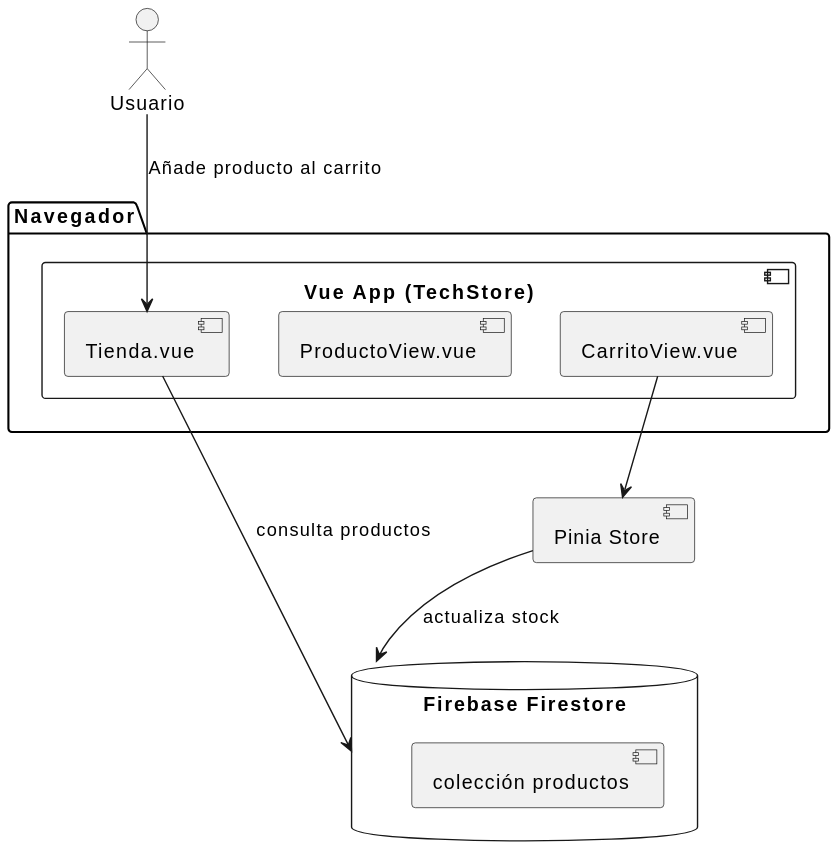
Above: imagenes/diagramaArquitectura.svg in juanjoc711/inventarioReactivo (PlantUML), before the change.
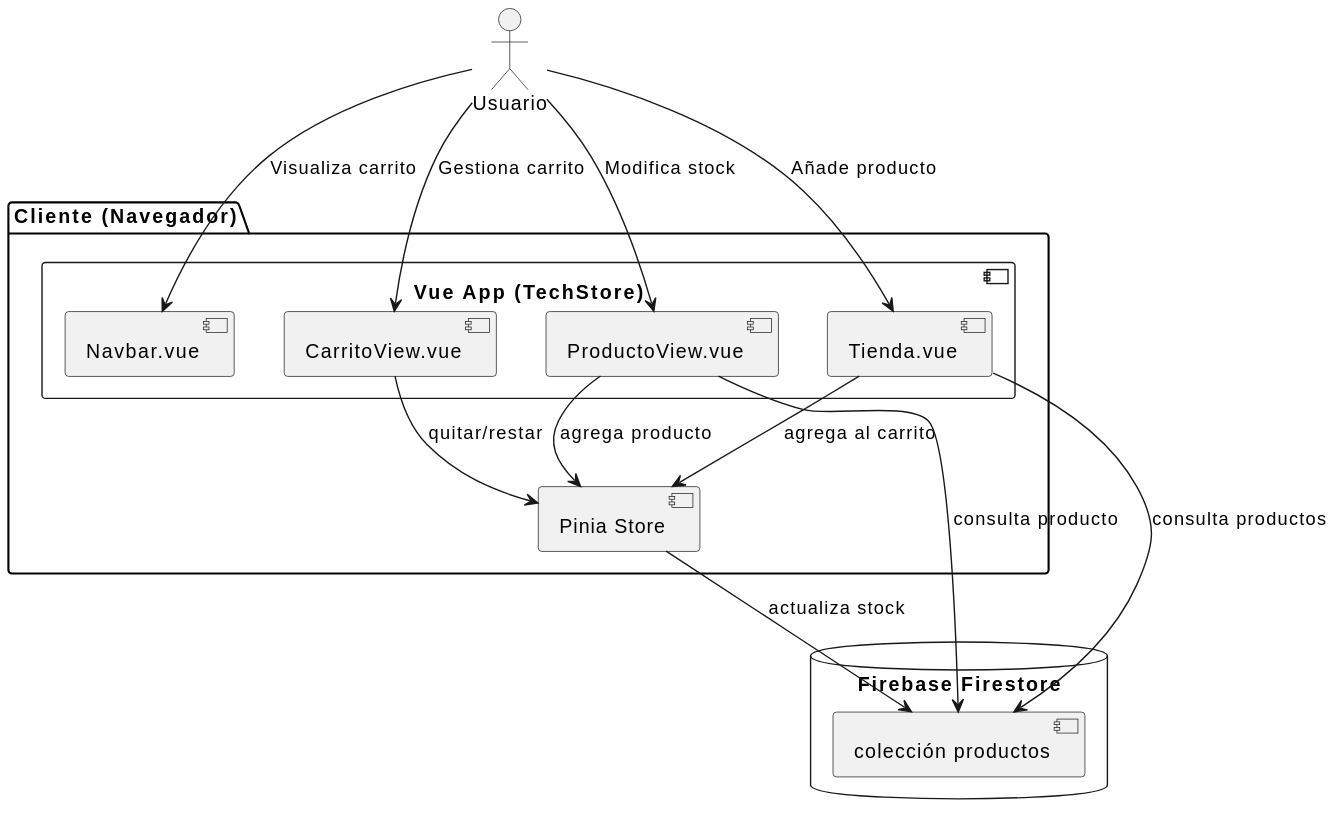
After the commit.

The edit, as a diff of the source:
```diff
@@ -1,17 +1,31 @@
 @startuml
 actor Usuario
-package Navegador {
+
+package "Cliente (Navegador)" {
   component "Vue App (TechStore)" {
+    [Navbar.vue]
     [Tienda.vue]
     [ProductoView.vue]
     [CarritoView.vue]
   }
+
+  component "Pinia Store" as Store
 }
+
 database "Firebase Firestore" {
   [colección productos]
 }
-Usuario --> [Tienda.vue] : Añade producto al carrito
-[CarritoView.vue] --> [Pinia Store]
-[Pinia Store] --> [Firebase Firestore] : actualiza stock
-[Tienda.vue] --> [Firebase Firestore] : consulta productos
+
+Usuario --> [Navbar.vue] : Visualiza carrito
+Usuario --> [Tienda.vue] : Añade producto
+Usuario --> [ProductoView.vue] : Modifica stock
+Usuario --> [CarritoView.vue] : Gestiona carrito
+
+[Tienda.vue] --> Store : agrega al carrito
+[ProductoView.vue] --> Store : agrega producto
+[CarritoView.vue] --> Store : quitar/restar
+
+Store --> [colección productos] : actualiza stock
+[Tienda.vue] --> [colección productos] : consulta productos
+[ProductoView.vue] --> [colección productos] : consulta producto
 @enduml
```
